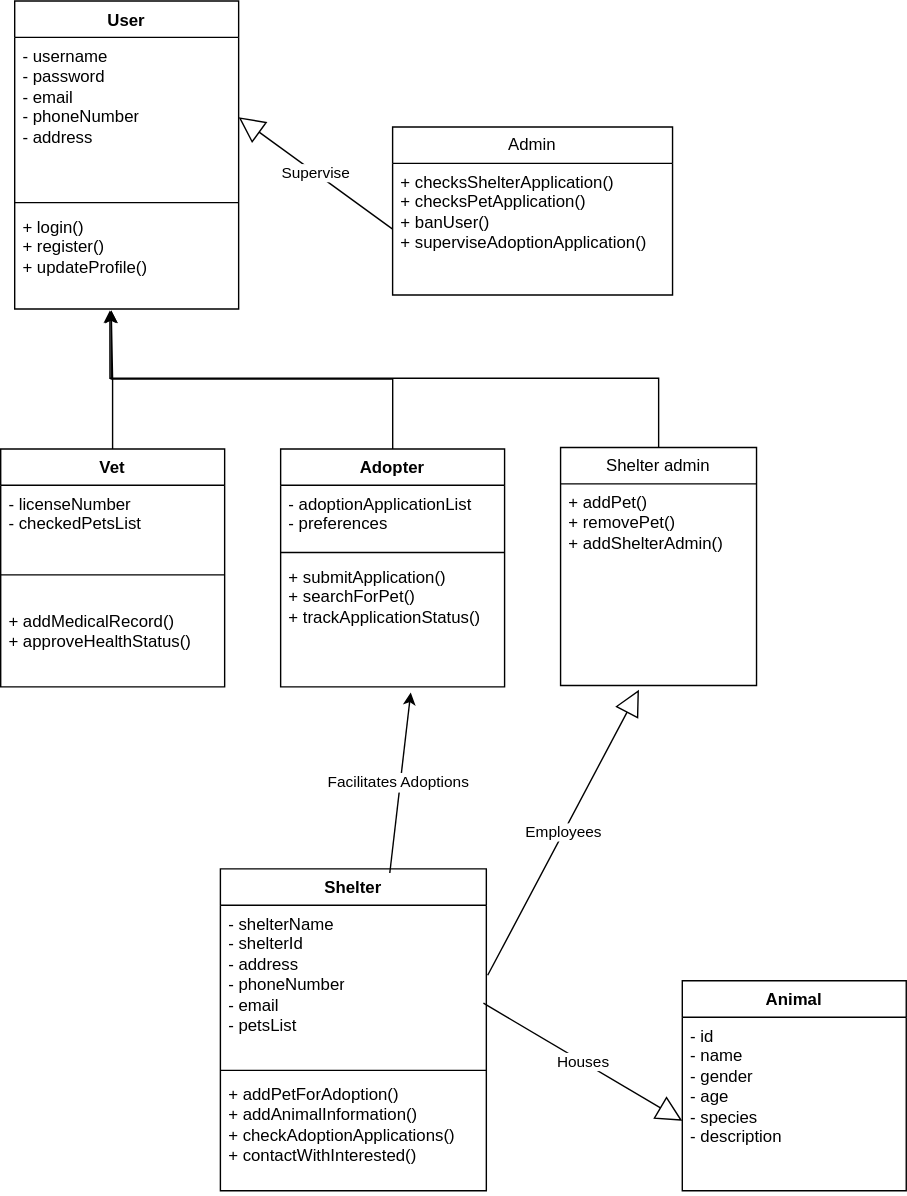
Thomaskald/DistributedSystems keeps this draw.io diagram as ClassDiagram.svg. Above is the earlier version. Source tidied: cells renumbered, new cells last; positions are measured from the earlier drawing's top-left corner, leaving out a move shared by most shapes.
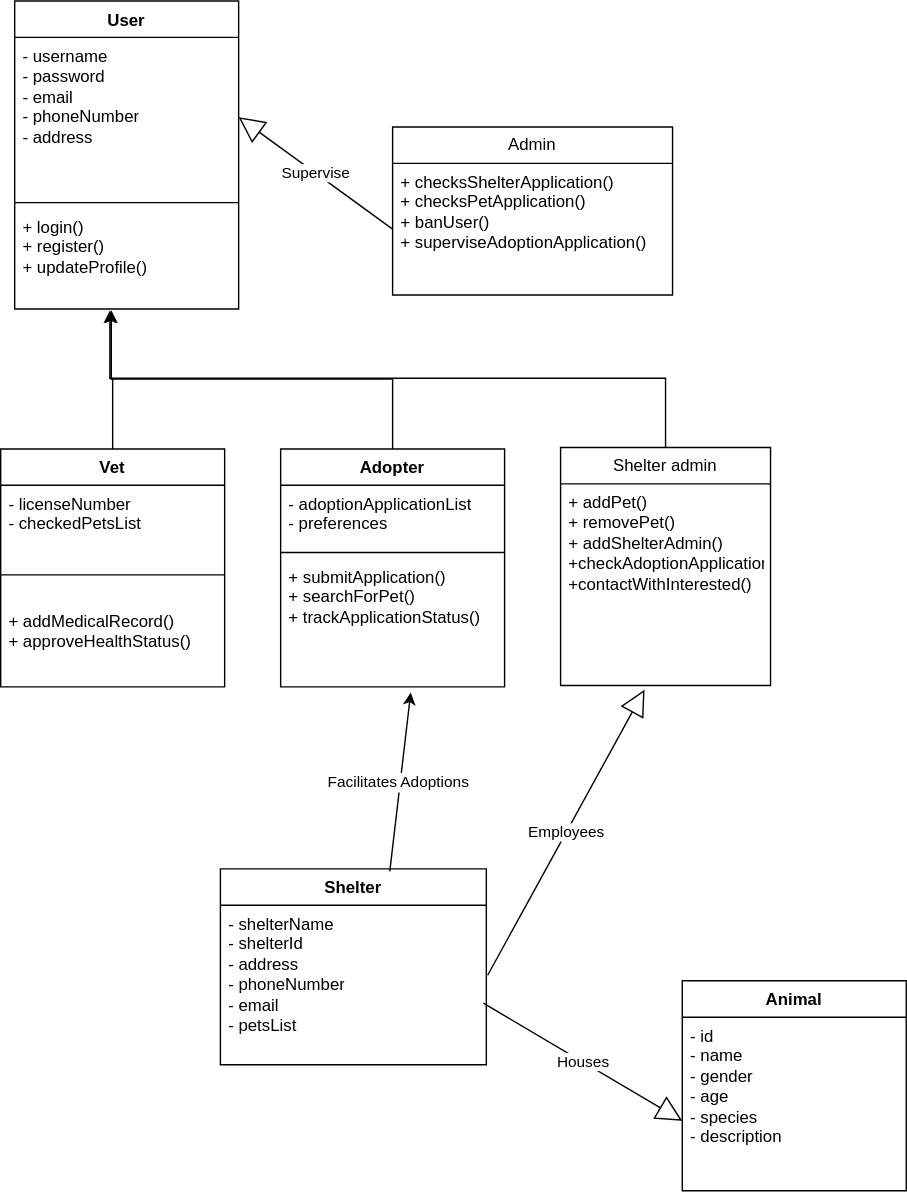
The same file after the commit.

What changed in the source:
```diff
@@ -51,17 +51,11 @@
       <mxGeometry relative="1" as="geometry" />
     </mxCell>
     <mxCell id="18" value="Shelter" style="swimlane;fontStyle=1;align=center;verticalAlign=top;horizontal=1;startSize=26;whiteSpace=wrap;html=1;" parent="1" vertex="1">
-      <mxGeometry x="157" y="620" width="190" height="230" as="geometry" />
+      <mxGeometry x="157" y="620" width="190" height="140" as="geometry" />
     </mxCell>
     <mxCell id="19" value="- shelterName&lt;div&gt;- shelterId&lt;/div&gt;&lt;div&gt;- address&lt;/div&gt;&lt;div&gt;- phoneNumber&lt;/div&gt;&lt;div&gt;- email&lt;/div&gt;&lt;div&gt;- petsList&lt;/div&gt;" style="text;strokeColor=none;fillColor=none;align=left;verticalAlign=top;spacingLeft=4;spacingRight=4;overflow=hidden;points=[[0,0.5],[1,0.5]];portConstraint=eastwest;whiteSpace=wrap;html=1;" parent="18" vertex="1">
       <mxGeometry y="26" width="190" height="114" as="geometry" />
     </mxCell>
-    <mxCell id="20" style="line;strokeWidth=1;fillColor=none;align=left;verticalAlign=middle;spacingTop=-1;spacingLeft=3;spacingRight=3;labelPosition=right;strokeColor=inherit;" parent="18" vertex="1">
-      <mxGeometry y="140" width="190" height="8" as="geometry" />
-    </mxCell>
-    <mxCell id="21" value="+ addPetForAdoption()&lt;div&gt;+ addAnimalInformation()&lt;/div&gt;&lt;div&gt;+ checkAdoptionApplications()&lt;/div&gt;&lt;div&gt;+ contactWithInterested()&lt;/div&gt;&lt;div&gt;&lt;br&gt;&lt;/div&gt;" style="text;strokeColor=none;fillColor=none;align=left;verticalAlign=top;spacingLeft=4;spacingRight=4;overflow=hidden;whiteSpace=wrap;html=1;" parent="18" vertex="1">
-      <mxGeometry y="148" width="190" height="82" as="geometry" />
-    </mxCell>
     <mxCell id="22" style="endArrow=classic;html=1;rounded=0;exitX=0.637;exitY=0.013;exitDx=0;exitDy=0;exitPerimeter=0;entryX=0.581;entryY=1.043;entryDx=0;entryDy=0;entryPerimeter=0;" parent="1" edge="1" source="18" target="16">
       <mxGeometry relative="1" as="geometry" />
     </mxCell>
@@ -81,10 +75,10 @@
       <mxGeometry relative="1" as="geometry" />
     </mxCell>
     <mxCell id="28" value="Shelter admin" style="swimlane;fontStyle=0;horizontal=1;startSize=26;fillColor=none;whiteSpace=wrap;html=1;" parent="1" vertex="1">
-      <mxGeometry x="400" y="319" width="140" height="170" as="geometry" />
+      <mxGeometry x="400" y="319" width="150" height="170" as="geometry" />
     </mxCell>
-    <mxCell id="29" value="+ addPet()&lt;div&gt;+ removePet()&lt;/div&gt;&lt;div&gt;+ addShelterAdmin()&lt;/div&gt;&lt;div&gt;&lt;br&gt;&lt;/div&gt;" style="text;strokeColor=none;fillColor=none;align=left;verticalAlign=top;spacingLeft=4;spacingRight=4;overflow=hidden;points=[[0,0.5],[1,0.5]];portConstraint=eastwest;whiteSpace=wrap;html=1;" parent="28" vertex="1">
-      <mxGeometry y="26" width="140" height="144" as="geometry" />
+    <mxCell id="29" value="+ addPet()&lt;div&gt;+ removePet()&lt;/div&gt;&lt;div&gt;+ addShelterAdmin()&lt;/div&gt;&lt;div&gt;&lt;div&gt;+checkAdoptionApplications()&lt;/div&gt;&lt;div&gt;+contactWithInterested()&lt;/div&gt;&lt;/div&gt;" style="text;strokeColor=none;fillColor=none;align=left;verticalAlign=top;spacingLeft=4;spacingRight=4;overflow=hidden;points=[[0,0.5],[1,0.5]];portConstraint=eastwest;whiteSpace=wrap;html=1;" parent="28" vertex="1">
+      <mxGeometry y="26" width="150" height="144" as="geometry" />
     </mxCell>
     <mxCell id="30" style="edgeStyle=orthogonalEdgeStyle;rounded=0;jettySize=auto;html=1;entryX=0.425;entryY=1.014;entryDx=0;entryDy=0;entryPerimeter=0;" parent="1" edge="1" source="28" target="5">
       <mxGeometry relative="1" as="geometry" />
```
